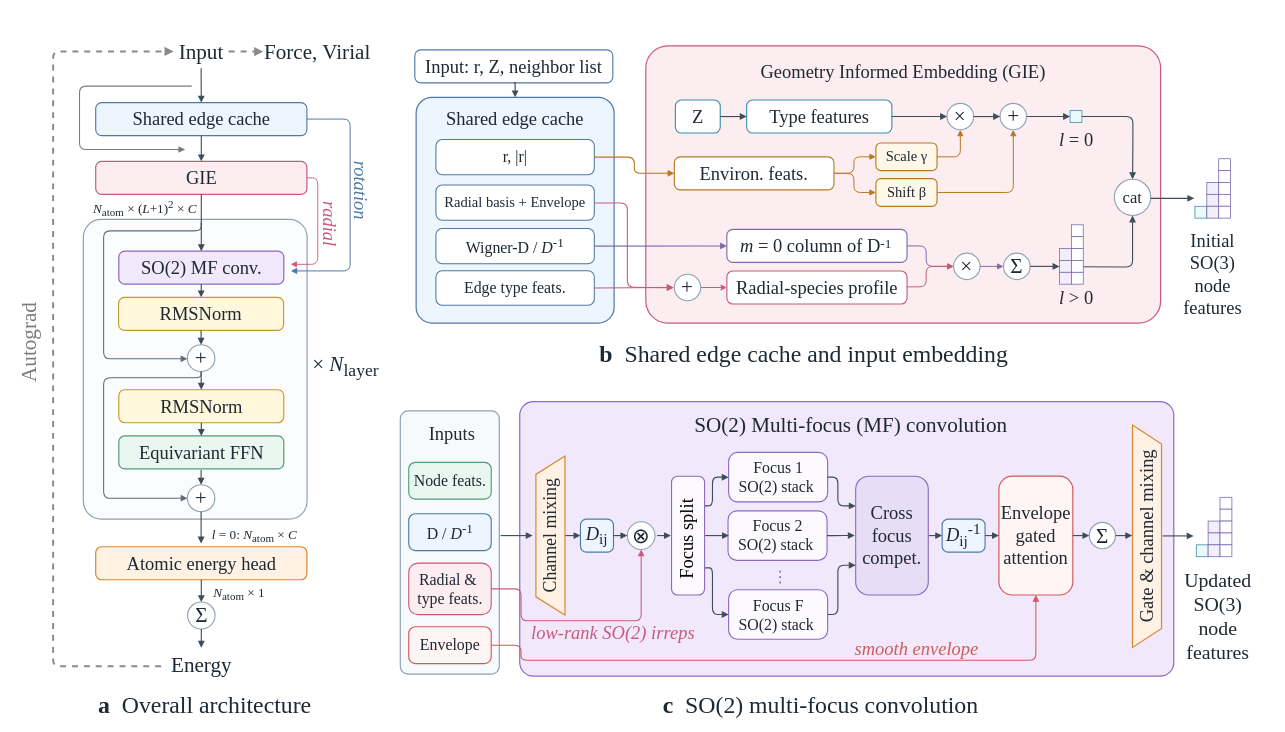
Before: fig/fig2_simplified_wh.drawio in iProzd/DPA4-manuscript, a draw.io diagram. Source tidied: cells renumbered, new cells numbered last; positions are measured from the earlier drawing's top-left corner, leaving out a move shared by most shapes. Both pictures are drawn from the tidied source at 66%, with x=0, y=0 at pixel (-13, 11).
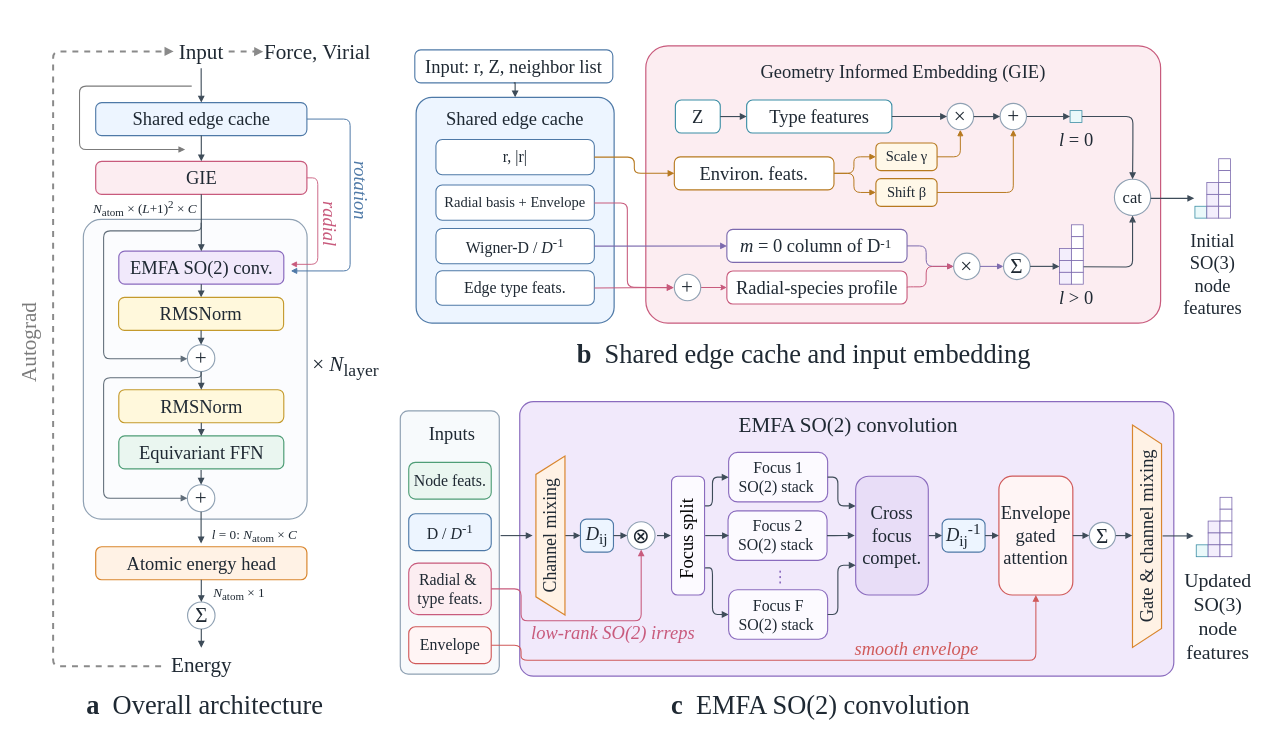
After the change.

Commit message (it also covers changes not shown here):
Rewrite introduction, abstract and discussion around the EMFA SO(2) convolution framing

Unchanged cells that the change refers to:
```xml
<mxCell id="2" style="group;html=1;whiteSpace=wrap;" parent="1" vertex="1">
  <mxGeometry x="85" width="612" height="1010" as="geometry" />
</mxCell>
<mxCell id="42" style="rounded=1;whiteSpace=wrap;html=1;arcSize=5;fontFamily=Times New Roman;fontSize=20;fontColor=#1F2933;align=center;verticalAlign=top;spacingTop=12;fillColor=#F1E9FB;strokeColor=#8A6BBE;strokeWidth=1.8;" parent="41" vertex="1">
  <mxGeometry x="248" y="17" width="991" height="416" as="geometry" />
</mxCell>
```

Diff of the diagram source:
```diff
@@
-    <mxCell id="34" value="&lt;font style=&quot;font-size: 28px;&quot;&gt;SO(2) MF conv.&lt;/font&gt;" style="rounded=1;whiteSpace=wrap;html=1;arcSize=18;fontFamily=Times New Roman;fontSize=19;fontColor=#1F2933;align=center;verticalAlign=middle;spacing=8;fillColor=#F1E9FB;strokeColor=#8A6BBE;strokeWidth=1.8;" parent="2" vertex="1">
+    <mxCell id="34" value="&lt;font style=&quot;font-size: 28px;&quot;&gt;EMFA SO(2) conv.&lt;/font&gt;" style="rounded=1;whiteSpace=wrap;html=1;arcSize=18;fontFamily=Times New Roman;fontSize=19;fontColor=#1F2933;align=center;verticalAlign=middle;spacing=8;fillColor=#F1E9FB;strokeColor=#8A6BBE;strokeWidth=1.8;" parent="2" vertex="1">
       <mxGeometry x="114.5" y="363" width="250" height="50" as="geometry" />
     </mxCell>
@@
-    <mxCell id="43" value="&lt;span style=&quot;color: rgb(31, 41, 51); font-family: &amp;quot;Times New Roman&amp;quot;; font-size: 32px; font-style: normal; font-variant-ligatures: normal; font-variant-caps: normal; font-weight: 400; letter-spacing: normal; orphans: 2; text-align: center; text-indent: 0px; text-transform: none; widows: 2; word-spacing: 0px; -webkit-text-stroke-width: 0px; white-space: normal; text-decoration-thickness: initial; text-decoration-style: initial; text-decoration-color: initial; float: none; display: inline !important;&quot;&gt;SO(2) Multi-focus (MF) convolution&lt;/span&gt;" style="text;whiteSpace=wrap;html=1;" parent="42" vertex="1">
-      <mxGeometry x="262.9" y="8.7" width="495.5" height="65.7" as="geometry" />
+    <mxCell id="43" value="&lt;span style=&quot;color: rgb(31, 41, 51); font-family: &amp;quot;Times New Roman&amp;quot;; font-size: 32px; font-style: normal; font-variant-ligatures: normal; font-variant-caps: normal; font-weight: 400; letter-spacing: normal; orphans: 2; text-align: center; text-indent: 0px; text-transform: none; widows: 2; word-spacing: 0px; -webkit-text-stroke-width: 0px; white-space: normal; text-decoration-thickness: initial; text-decoration-style: initial; text-decoration-color: initial; float: none; display: inline !important;&quot;&gt;EMFA SO(2) convolution&lt;/span&gt;" style="text;whiteSpace=wrap;html=1;" parent="42" vertex="1">
+      <mxGeometry x="330.4" y="8.7" width="367.1" height="65.7" as="geometry" />
     </mxCell>
@@
-    <mxCell id="156" value="&lt;font style=&quot;font-size: 36px;&quot;&gt;&lt;b style=&quot;&quot;&gt;a&lt;/b&gt;&amp;nbsp; Overall architecture&lt;/font&gt;" style="text;html=1;strokeColor=none;fillColor=none;whiteSpace=wrap;rounded=0;fontFamily=Times New Roman;fontSize=24;fontColor=#1F2933;align=center;verticalAlign=middle;fontStyle=0;" parent="1" vertex="1">
+    <mxCell id="156" value="&lt;font style=&quot;font-size: 40px;&quot;&gt;&lt;b style=&quot;&quot;&gt;a&lt;/b&gt;&amp;nbsp; Overall architecture&lt;/font&gt;" style="text;html=1;strokeColor=none;fillColor=none;whiteSpace=wrap;rounded=0;fontFamily=Times New Roman;fontSize=24;fontColor=#1F2933;align=center;verticalAlign=middle;fontStyle=0;" parent="1" vertex="1">
       <mxGeometry x="70" y="1034" width="520" height="34" as="geometry" />
     </mxCell>
-    <mxCell id="157" value="&lt;font style=&quot;font-size: 36px;&quot;&gt;&lt;b&gt;b&lt;/b&gt;&amp;nbsp; Shared edge cache and input embedding&lt;/font&gt;" style="text;html=1;strokeColor=none;fillColor=none;whiteSpace=wrap;rounded=0;fontFamily=Times New Roman;fontSize=24;fontColor=#1F2933;align=center;verticalAlign=middle;fontStyle=0;" parent="1" vertex="1">
+    <mxCell id="157" value="&lt;font style=&quot;font-size: 40px;&quot;&gt;&lt;b style=&quot;&quot;&gt;b&lt;/b&gt;&amp;nbsp; Shared edge cache and input embedding&lt;/font&gt;" style="text;html=1;strokeColor=none;fillColor=none;whiteSpace=wrap;rounded=0;fontFamily=Times New Roman;fontSize=24;fontColor=#1F2933;align=center;verticalAlign=middle;fontStyle=0;" parent="1" vertex="1">
       <mxGeometry x="638" y="502" width="1199" height="34" as="geometry" />
     </mxCell>
-    <mxCell id="158" value="&lt;font style=&quot;font-size: 36px;&quot;&gt;&lt;b style=&quot;&quot;&gt;c&lt;/b&gt;&amp;nbsp; SO(2) multi-focus convolution&lt;/font&gt;" style="text;html=1;strokeColor=none;fillColor=none;whiteSpace=wrap;rounded=0;fontFamily=Times New Roman;fontSize=24;fontColor=#1F2933;align=center;verticalAlign=middle;fontStyle=0;" parent="1" vertex="1">
+    <mxCell id="158" value="&lt;font style=&quot;font-size: 40px;&quot;&gt;&lt;b style=&quot;&quot;&gt;c&lt;/b&gt;&amp;nbsp; EMFA SO(2) convolution&lt;/font&gt;" style="text;html=1;strokeColor=none;fillColor=none;whiteSpace=wrap;rounded=0;fontFamily=Times New Roman;fontSize=24;fontColor=#1F2933;align=center;verticalAlign=middle;fontStyle=0;" parent="1" vertex="1">
       <mxGeometry x="577" y="1034" width="1372" height="34" as="geometry" />
     </mxCell>
```
